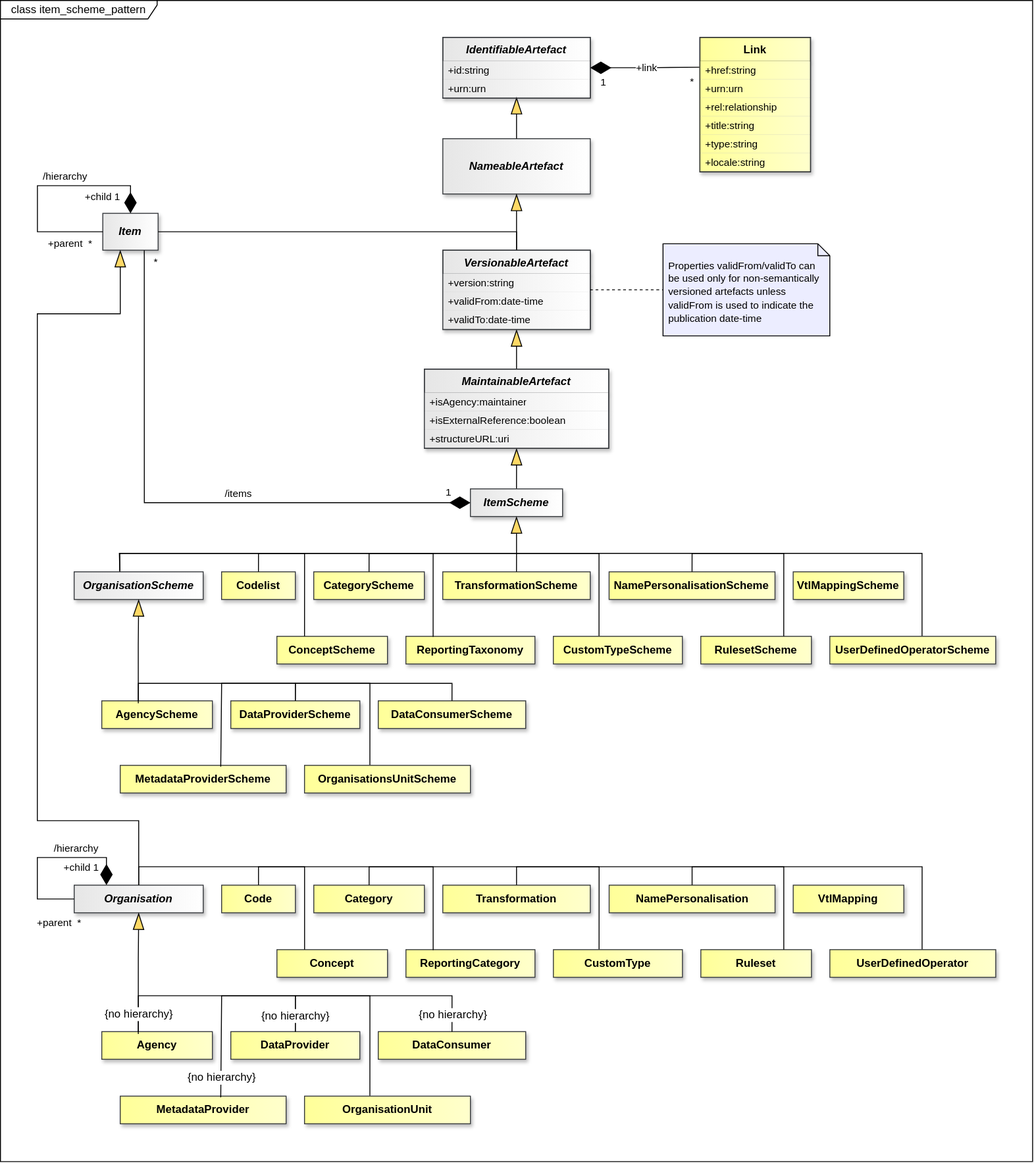
This is docs/information_model/media/sdmx_base-item_scheme_pattern.svg from sdmx-twg/sdmx-im, a draw.io export, as it was before one commit. Source tidied: cells renumbered, new cells last; positions are measured from the earlier drawing's top-left corner, leaving out a move shared by most shapes.
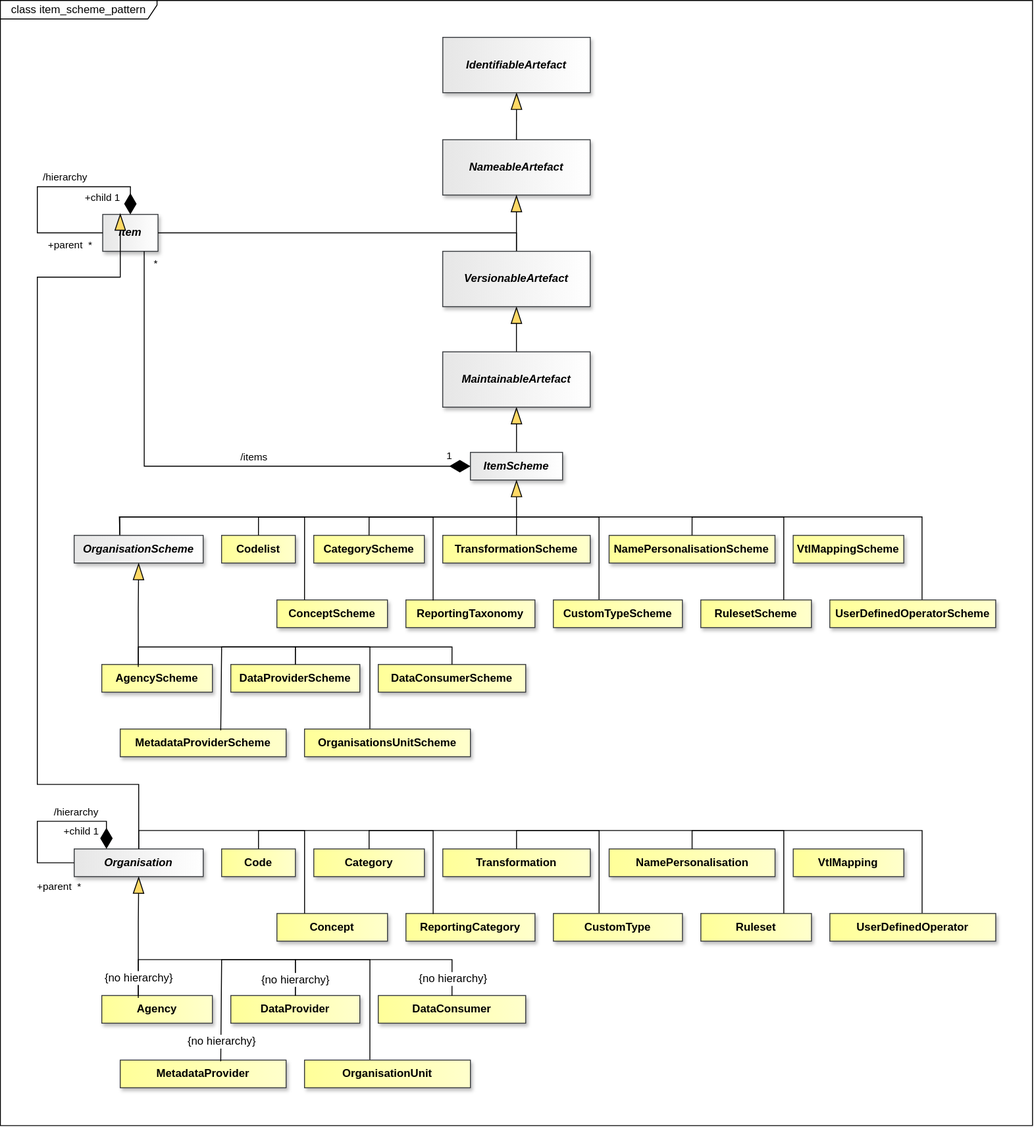
After the commit.

Commit message:
https://github.com/sdmx-twg/sdmx-im/issues/41

What changed in the source:
```diff
@@ -3,7 +3,7 @@
     <mxCell id="0" />
     <mxCell id="1" parent="0" />
     <mxCell id="2" value="class item_scheme_pattern" style="shape=umlFrame;whiteSpace=wrap;html=1;fillColor=light-dark(#FFFFFF,#121212);swimlaneFillColor=light-dark(#FFFFFF,#121212);width=170;height=20;" parent="1" vertex="1">
-      <mxGeometry width="1120" height="1260" as="geometry" />
+      <mxGeometry x="-0.1" y="40" width="1120" height="1220" as="geometry" />
     </mxCell>
     <mxCell id="3" style="endArrow=none;" parent="1" edge="1">
       <mxGeometry relative="1" as="geometry" />
@@ -62,74 +62,43 @@
     <mxCell id="21" style="endArrow=none;" parent="1" edge="1">
       <mxGeometry relative="1" as="geometry" />
     </mxCell>
-    <mxCell id="22" value="IdentifiableArtefact" style="swimlane;fontStyle=3;align=center;verticalAlign=top;horizontal=1;startSize=26;whiteSpace=wrap;html=1;strokeColor=#36393d;fontFamily=Helvetica;fontSize=12;fillColor=light-dark(#E6E6E6,#E6E6E6);gradientDirection=east;gradientColor=light-dark(#FFFFFF,#FFFFFF);fontColor=light-dark(#000000,#000000);shadow=1;" parent="1" vertex="1">
-      <mxGeometry x="480" y="40" width="160" height="66" as="geometry" />
-    </mxCell>
-    <mxCell id="23" value="+id:string" style="text;strokeColor=none;fillColor=light-dark(#E6E6E6,#E6E6E6);align=left;verticalAlign=middle;spacingLeft=4;spacingRight=4;overflow=hidden;whiteSpace=wrap;html=1;fontFamily=Helvetica;fontSize=11;fontColor=light-dark(#000000,#000000);fontStyle=0;gradientColor=light-dark(#FFFFFF,#FFFFFF);gradientDirection=east;shadow=1;" parent="22" vertex="1">
-      <mxGeometry y="26" width="160" height="20" as="geometry" />
-    </mxCell>
-    <mxCell id="24" value="+urn:urn" style="text;strokeColor=none;fillColor=light-dark(#E6E6E6,#E6E6E6);align=left;verticalAlign=middle;spacingLeft=4;spacingRight=4;overflow=hidden;points=[[0,0.5],[1,0.5]];portConstraint=eastwest;whiteSpace=wrap;html=1;fontFamily=Helvetica;fontSize=11;fontColor=light-dark(#000000,#000000);fontStyle=0;gradientColor=light-dark(#FFFFFF,#FFFFFF);gradientDirection=east;shadow=1;" parent="22" vertex="1">
-      <mxGeometry y="46" width="160" height="20" as="geometry" />
-    </mxCell>
     <mxCell id="25" value="NameableArtefact" style="whiteSpace=wrap;html=1;verticalAlign=middle;gradientDirection=east;imageVerticalAlign=top;fontStyle=3;fillColor=light-dark(#E6E6E6,#E6E6E6);strokeColor=#36393d;fontColor=light-dark(#000000,#000000);gradientColor=light-dark(#FFFFFF,#FFFFFF);shadow=1;" parent="1" vertex="1">
-      <mxGeometry x="480" y="150" width="160" height="60" as="geometry" />
+      <mxGeometry x="479.9" y="191" width="160" height="60" as="geometry" />
     </mxCell>
-    <mxCell id="26" style="endArrow=blockThin;endSize=16;endFill=1;html=1;rounded=0;entryX=0.5;entryY=0.95;entryDx=0;entryDy=0;exitX=0.5;exitY=0;exitDx=0;exitDy=0;startFill=0;endFillColor=light-dark(#FFD966,#FFD966);strokeColor=light-dark(#000000,#FFFFFF);startFillColor=light-dark(#000000,#FFFFFF);labelBackgroundColor=none;labelBorderColor=light-dark(#000000,#FFFFFF);entryPerimeter=0;" parent="1" edge="1" source="25" target="24">
+    <mxCell id="26" style="endArrow=blockThin;endSize=16;endFill=1;html=1;rounded=0;entryX=0.5;entryY=1;entryDx=0;entryDy=0;exitX=0.5;exitY=0;exitDx=0;exitDy=0;startFill=0;endFillColor=light-dark(#FFD966,#FFD966);strokeColor=light-dark(#000000,#FFFFFF);startFillColor=light-dark(#000000,#FFFFFF);labelBackgroundColor=none;labelBorderColor=light-dark(#000000,#FFFFFF);" parent="1" edge="1" source="25" target="22">
       <mxGeometry relative="1" as="geometry" />
     </mxCell>
-    <mxCell id="27" value="VersionableArtefact" style="swimlane;fontStyle=3;align=center;verticalAlign=top;horizontal=1;startSize=26;whiteSpace=wrap;html=1;strokeColor=#36393d;fontFamily=Helvetica;fontSize=12;fillColor=light-dark(#E6E6E6,#E6E6E6);gradientDirection=east;gradientColor=light-dark(#FFFFFF,#FFFFFF);fontColor=light-dark(#000000,#000000);shadow=1;" parent="1" vertex="1">
-      <mxGeometry x="480" y="271" width="160" height="86" as="geometry" />
-    </mxCell>
-    <mxCell id="28" value="+version:string" style="text;strokeColor=none;fillColor=light-dark(#E6E6E6,#E6E6E6);align=left;verticalAlign=middle;spacingLeft=4;spacingRight=4;overflow=hidden;whiteSpace=wrap;html=1;fontFamily=Helvetica;fontSize=11;fontColor=light-dark(#000000,#000000);fontStyle=0;gradientColor=light-dark(#FFFFFF,#FFFFFF);gradientDirection=east;shadow=1;" parent="27" vertex="1">
-      <mxGeometry y="26" width="160" height="20" as="geometry" />
-    </mxCell>
-    <mxCell id="29" value="+validFrom:date-time" style="text;strokeColor=none;fillColor=light-dark(#E6E6E6,#E6E6E6);align=left;verticalAlign=middle;spacingLeft=4;spacingRight=4;overflow=hidden;whiteSpace=wrap;html=1;fontFamily=Helvetica;fontSize=11;fontColor=light-dark(#000000,#000000);fontStyle=0;gradientColor=light-dark(#FFFFFF,#FFFFFF);gradientDirection=east;shadow=1;" parent="27" vertex="1">
-      <mxGeometry y="46" width="160" height="20" as="geometry" />
-    </mxCell>
-    <mxCell id="30" value="+validTo:date-time" style="text;strokeColor=none;fillColor=light-dark(#E6E6E6,#E6E6E6);align=left;verticalAlign=middle;spacingLeft=4;spacingRight=4;overflow=hidden;whiteSpace=wrap;html=1;fontFamily=Helvetica;fontSize=11;fontColor=light-dark(#000000,#000000);fontStyle=0;gradientColor=light-dark(#FFFFFF,#FFFFFF);gradientDirection=east;shadow=1;" parent="27" vertex="1">
-      <mxGeometry y="66" width="160" height="20" as="geometry" />
-    </mxCell>
-    <mxCell id="31" style="endArrow=blockThin;endSize=16;endFill=1;html=1;rounded=0;entryX=0.5;entryY=1;entryDx=0;entryDy=0;exitX=0.5;exitY=0;exitDx=0;exitDy=0;startFill=0;endFillColor=light-dark(#FFD966,#FFD966);strokeColor=light-dark(#000000,#FFFFFF);startFillColor=light-dark(#000000,#FFFFFF);labelBackgroundColor=none;labelBorderColor=light-dark(#000000,#FFFFFF);" parent="1" edge="1" source="27" target="25">
-      <mxGeometry relative="1" as="geometry" />
+    <mxCell id="31" style="endArrow=blockThin;endSize=16;endFill=1;html=1;rounded=0;entryX=0.5;entryY=1;entryDx=0;entryDy=0;exitX=0.5;exitY=0;exitDx=0;exitDy=0;startFill=0;endFillColor=light-dark(#FFD966,#FFD966);strokeColor=light-dark(#000000,#FFFFFF);startFillColor=light-dark(#000000,#FFFFFF);labelBackgroundColor=none;labelBorderColor=light-dark(#000000,#FFFFFF);" parent="1" edge="1" target="25">
+      <mxGeometry relative="1" as="geometry">
+        <mxPoint x="559.9" y="312" as="sourcePoint" />
+      </mxGeometry>
     </mxCell>
-    <mxCell id="32" value="MaintainableArtefact" style="swimlane;fontStyle=3;align=center;verticalAlign=top;horizontal=1;startSize=26;whiteSpace=wrap;html=1;strokeColor=#36393d;fontFamily=Helvetica;fontSize=12;fillColor=light-dark(#E6E6E6,#E6E6E6);gradientDirection=east;gradientColor=light-dark(#FFFFFF,#FFFFFF);fontColor=light-dark(#000000,#000000);shadow=1;" parent="1" vertex="1">
-      <mxGeometry x="460" y="400" width="200" height="86" as="geometry" />
-    </mxCell>
-    <mxCell id="33" value="+isAgency:maintainer" style="text;strokeColor=none;fillColor=light-dark(#E6E6E6,#E6E6E6);align=left;verticalAlign=middle;spacingLeft=4;spacingRight=4;overflow=hidden;whiteSpace=wrap;html=1;fontFamily=Helvetica;fontSize=11;fontColor=light-dark(#000000,#000000);fontStyle=0;gradientColor=light-dark(#FFFFFF,#FFFFFF);gradientDirection=east;shadow=1;" parent="32" vertex="1">
-      <mxGeometry y="26" width="200" height="20" as="geometry" />
-    </mxCell>
-    <mxCell id="34" value="+isExternalReference:boolean" style="text;strokeColor=none;fillColor=light-dark(#E6E6E6,#E6E6E6);align=left;verticalAlign=middle;spacingLeft=4;spacingRight=4;overflow=hidden;whiteSpace=wrap;html=1;fontFamily=Helvetica;fontSize=11;fontColor=light-dark(#000000,#000000);fontStyle=0;gradientColor=light-dark(#FFFFFF,#FFFFFF);gradientDirection=east;shadow=1;" parent="32" vertex="1">
-      <mxGeometry y="46" width="200" height="20" as="geometry" />
-    </mxCell>
-    <mxCell id="35" value="+structureURL:uri" style="text;strokeColor=none;fillColor=light-dark(#E6E6E6,#E6E6E6);align=left;verticalAlign=middle;spacingLeft=4;spacingRight=4;overflow=hidden;whiteSpace=wrap;html=1;fontFamily=Helvetica;fontSize=11;fontColor=light-dark(#000000,#000000);fontStyle=0;gradientColor=light-dark(#FFFFFF,#FFFFFF);gradientDirection=east;shadow=1;" parent="32" vertex="1">
-      <mxGeometry y="66" width="200" height="20" as="geometry" />
-    </mxCell>
     <mxCell id="36" style="endArrow=blockThin;endSize=16;endFill=1;html=1;rounded=0;entryX=0.5;entryY=1;entryDx=0;entryDy=0;exitX=0.5;exitY=0;exitDx=0;exitDy=0;startFill=0;endFillColor=light-dark(#FFD966,#FFD966);strokeColor=light-dark(#000000,#FFFFFF);startFillColor=light-dark(#000000,#FFFFFF);labelBackgroundColor=none;labelBorderColor=light-dark(#000000,#FFFFFF);" parent="1" edge="1" source="32" target="27">
       <mxGeometry relative="1" as="geometry" />
     </mxCell>
     <mxCell id="37" style="endArrow=blockThin;endSize=16;endFill=1;html=1;rounded=0;exitX=0.5;exitY=0;exitDx=0;exitDy=0;startFill=0;endFillColor=light-dark(#FFD966,#FFD966);strokeColor=light-dark(#000000,#FFFFFF);startFillColor=light-dark(#000000,#FFFFFF);labelBackgroundColor=none;labelBorderColor=light-dark(#000000,#FFFFFF);entryX=0.5;entryY=1;entryDx=0;entryDy=0;" parent="1" edge="1" source="43" target="32">
-      <mxGeometry relative="1" as="geometry">
+      <mxGeometry x="-0.36" relative="1" as="geometry">
         <Array as="points">
           <mxPoint x="560" y="510" />
         </Array>
       </mxGeometry>
     </mxCell>
     <mxCell id="38" value="Item" style="whiteSpace=wrap;html=1;verticalAlign=middle;gradientDirection=east;imageVerticalAlign=top;fontStyle=3;fillColor=light-dark(#E6E6E6,#E6E6E6);strokeColor=#36393d;fontColor=light-dark(#000000,#000000);gradientColor=light-dark(#FFFFFF,#FFFFFF);shadow=1;" parent="1" vertex="1">
-      <mxGeometry x="111.1" y="231" width="60" height="40" as="geometry" />
+      <mxGeometry x="110.9" y="272" width="60" height="40" as="geometry" />
     </mxCell>
     <mxCell id="39" style="endArrow=none;html=1;endSize=12;startArrow=none;startSize=20;startFill=0;edgeStyle=orthogonalEdgeStyle;rounded=0;exitX=1;exitY=0.5;exitDx=0;exitDy=0;endFill=0;strokeColor=light-dark(#000000,#FFFFFF);fontColor=light-dark(#000000,#FFFFFF);labelBackgroundColor=none;entryX=0.5;entryY=0;entryDx=0;entryDy=0;" parent="1" edge="1" source="38" target="27">
       <mxGeometry relative="1" as="geometry">
         <Array as="points">
-          <mxPoint x="560" y="251" />
+          <mxPoint x="559.9" y="292" />
         </Array>
       </mxGeometry>
     </mxCell>
     <mxCell id="40" value="&lt;font style=&quot;color: light-dark(rgb(0, 0, 0), rgb(255, 255, 255)); background-color: light-dark(rgb(255, 255, 255), rgb(0, 0, 0));&quot;&gt;/hierarchy&lt;/font&gt;" style="endArrow=none;html=1;endSize=12;startArrow=diamondThin;startSize=20;startFill=1;edgeStyle=orthogonalEdgeStyle;rounded=0;endFill=0;strokeColor=light-dark(#000000,#FFFFFF);fontColor=light-dark(#000000,#FFFFFF);labelBackgroundColor=none;exitX=0.5;exitY=0;exitDx=0;exitDy=0;entryX=0;entryY=0.5;entryDx=0;entryDy=0;" parent="1" edge="1" source="38" target="38">
       <mxGeometry x="-0.2" y="-10" relative="1" as="geometry">
         <Array as="points">
-          <mxPoint x="141.1" y="201" />
-          <mxPoint x="40.1" y="201" />
-          <mxPoint x="40.1" y="251" />
+          <mxPoint x="141" y="242" />
+          <mxPoint x="39.9" y="242" />
+          <mxPoint x="39.9" y="292" />
         </Array>
       </mxGeometry>
     </mxCell>
@@ -459,63 +428,14 @@
         <mxPoint x="-8" y="-12" as="offset" />
       </mxGeometry>
     </mxCell>
-    <mxCell id="106" style="endArrow=none;html=1;endSize=12;startArrow=diamondThin;startSize=20;startFill=1;edgeStyle=orthogonalEdgeStyle;rounded=0;exitX=1;exitY=0.5;exitDx=0;exitDy=0;endFill=0;strokeColor=light-dark(#000000,#FFFFFF);fontColor=light-dark(#000000,#FFFFFF);labelBackgroundColor=none;entryX=0.017;entryY=0.321;entryDx=0;entryDy=0;entryPerimeter=0;" parent="1" edge="1" source="22" target="111">
-      <mxGeometry relative="1" as="geometry" />
-    </mxCell>
-    <mxCell id="107" value="*" style="edgeLabel;html=1;align=right;verticalAlign=top;labelBackgroundColor=none;fontColor=light-dark(#000000,#FFFFFF);" parent="106" vertex="1">
-      <mxGeometry x="1" relative="1" as="geometry">
-        <mxPoint x="-8" y="3" as="offset" />
-      </mxGeometry>
-    </mxCell>
-    <mxCell id="108" value="&lt;font style=&quot;font-size: 11px;&quot;&gt;+link&lt;/font&gt;" style="edgeLabel;html=1;align=center;verticalAlign=middle;fontSize=12;" parent="106" vertex="1">
-      <mxGeometry relative="1" as="geometry" />
-    </mxCell>
-    <mxCell id="109" value="1" style="edgeLabel;html=1;align=center;verticalAlign=middle;fontSize=11;" parent="106" vertex="1">
-      <mxGeometry x="-0.8" y="-1" relative="1" as="geometry">
-        <mxPoint x="2" y="15" as="offset" />
-      </mxGeometry>
-    </mxCell>
-    <mxCell id="110" value="Link" style="swimlane;fontStyle=1;align=center;verticalAlign=top;horizontal=1;startSize=26;whiteSpace=wrap;html=1;fillColor=light-dark(#FFFF99,#FFFF99);strokeColor=light-dark(#000000,#000000);gradientDirection=east;swimlaneLine=1;fontColor=light-dark(#000000,#000000);labelBackgroundColor=none;textShadow=0;gradientColor=light-dark(#FFFFCC,#FFFFCC);shadow=1;" parent="1" vertex="1">
-      <mxGeometry x="759" y="40" width="120" height="146" as="geometry" />
-    </mxCell>
-    <mxCell id="111" value="+href:string" style="text;strokeColor=none;fillColor=light-dark(#FFFF99,#FFFF99);align=left;verticalAlign=middle;spacingLeft=4;spacingRight=4;overflow=hidden;points=[[0,0.5],[1,0.5]];portConstraint=eastwest;whiteSpace=wrap;html=1;fontSize=11;gradientColor=light-dark(#FFFFCC,#FFFFCC);gradientDirection=east;fontColor=light-dark(#000000,#000000);strokeWidth=0;shadow=1;" parent="110" vertex="1">
-      <mxGeometry y="26" width="120" height="20" as="geometry" />
-    </mxCell>
-    <mxCell id="112" value="+urn:urn" style="text;strokeColor=none;fillColor=light-dark(#FFFF99,#FFFF99);align=left;verticalAlign=middle;spacingLeft=4;spacingRight=4;overflow=hidden;whiteSpace=wrap;html=1;fontSize=11;gradientColor=light-dark(#FFFFCC,#FFFFCC);gradientDirection=east;fontColor=light-dark(#000000,#000000);strokeWidth=0;shadow=1;" parent="110" vertex="1">
-      <mxGeometry y="46" width="120" height="20" as="geometry" />
-    </mxCell>
-    <mxCell id="113" value="+rel:relationship" style="text;strokeColor=none;fillColor=light-dark(#FFFF99,#FFFF99);align=left;verticalAlign=middle;spacingLeft=4;spacingRight=4;overflow=hidden;whiteSpace=wrap;html=1;fontSize=11;gradientColor=light-dark(#FFFFCC,#FFFFCC);gradientDirection=east;fontColor=light-dark(#000000,#000000);strokeWidth=0;shadow=1;" parent="110" vertex="1">
-      <mxGeometry y="66" width="120" height="20" as="geometry" />
-    </mxCell>
-    <mxCell id="114" value="+title:string" style="text;strokeColor=none;fillColor=light-dark(#FFFF99,#FFFF99);align=left;verticalAlign=middle;spacingLeft=4;spacingRight=4;overflow=hidden;whiteSpace=wrap;html=1;fontSize=11;gradientColor=light-dark(#FFFFCC,#FFFFCC);gradientDirection=east;fontColor=light-dark(#000000,#000000);strokeWidth=0;shadow=1;" parent="110" vertex="1">
-      <mxGeometry y="86" width="120" height="20" as="geometry" />
-    </mxCell>
-    <mxCell id="115" value="+type:string" style="text;strokeColor=none;fillColor=light-dark(#FFFF99,#FFFF99);align=left;verticalAlign=middle;spacingLeft=4;spacingRight=4;overflow=hidden;whiteSpace=wrap;html=1;fontSize=11;gradientColor=light-dark(#FFFFCC,#FFFFCC);gradientDirection=east;fontColor=light-dark(#000000,#000000);strokeWidth=0;shadow=1;" parent="110" vertex="1">
-      <mxGeometry y="106" width="120" height="20" as="geometry" />
-    </mxCell>
-    <mxCell id="116" value="+locale:string" style="text;strokeColor=none;fillColor=light-dark(#FFFF99,#FFFF99);align=left;verticalAlign=middle;spacingLeft=4;spacingRight=4;overflow=hidden;whiteSpace=wrap;html=1;fontSize=11;gradientColor=light-dark(#FFFFCC,#FFFFCC);gradientDirection=east;fontColor=light-dark(#000000,#000000);strokeWidth=0;shadow=1;" parent="110" vertex="1">
-      <mxGeometry y="126" width="120" height="20" as="geometry" />
-    </mxCell>
-    <mxCell id="117" style="rounded=0;whiteSpace=wrap;html=1;fillColor=none;strokeColor=#36393D;" parent="1" vertex="1">
-      <mxGeometry x="480" y="40" width="160" height="66" as="geometry" />
-    </mxCell>
-    <mxCell id="118" style="rounded=0;whiteSpace=wrap;html=1;fillColor=none;strokeColor=#36393D;" parent="1" vertex="1">
-      <mxGeometry x="759" y="40" width="120" height="146" as="geometry" />
-    </mxCell>
-    <mxCell id="119" style="rounded=0;whiteSpace=wrap;html=1;fillColor=none;strokeColor=#36393D;" parent="1" vertex="1">
-      <mxGeometry x="480" y="271" width="160" height="86" as="geometry" />
-    </mxCell>
-    <mxCell id="120" style="rounded=0;whiteSpace=wrap;html=1;fillColor=none;strokeColor=#36393D;" parent="1" vertex="1">
-      <mxGeometry x="460" y="400" width="200" height="86" as="geometry" />
-    </mxCell>
-    <mxCell id="121" style="shape=note2;size=13;html=1;fillColor=light-dark(#ECEDFF,#ECEDFF);shadow=0;fontColor=light-dark(#000000,#000000);strokeColor=light-dark(#000000,#000000);verticalAlign=top;" parent="1" vertex="1">
-      <mxGeometry x="719" y="264" width="181" height="100" as="geometry" />
-    </mxCell>
-    <mxCell id="122" value="&lt;div&gt;&lt;font&gt;&lt;span style=&quot;font-size: 11px;&quot;&gt;Properties&amp;nbsp;&lt;/span&gt;&lt;/font&gt;&lt;span style=&quot;background-color: transparent; font-size: 11px;&quot;&gt;validFrom/validTo can be used only for non-semantically versioned artefacts&lt;/span&gt;&lt;span style=&quot;background-color: transparent; font-size: 11px;&quot;&gt; unless validFrom is used to indicate the publication date-time&lt;/span&gt;&lt;/div&gt;" style="text;html=1;strokeColor=none;fillColor=none;align=left;verticalAlign=middle;spacingLeft=4;spacingRight=4;overflow=hidden;points=[[0,0.5],[1,0.5]];portConstraint=eastwest;whiteSpace=wrap;labelBorderColor=none;spacingTop=8;fontColor=light-dark(#000000,#000000);spacingBottom=4;" parent="121" vertex="1">
-      <mxGeometry width="181" height="100" as="geometry" />
-    </mxCell>
-    <mxCell id="123" style="edgeStyle=none;curved=1;rounded=0;jettySize=auto;html=1;fontSize=12;startSize=8;endSize=8;entryX=0;entryY=0.5;entryDx=0;entryDy=0;endArrow=none;endFill=0;dashed=1;exitX=1;exitY=0.5;exitDx=0;exitDy=0;" parent="1" edge="1" source="119" target="122">
-      <mxGeometry x="0.52" y="6.67" relative="1" as="geometry" />
-    </mxCell>
+    <mxCell id="22" value="IdentifiableArtefact" style="whiteSpace=wrap;html=1;verticalAlign=middle;gradientDirection=east;imageVerticalAlign=top;fontStyle=3;fillColor=light-dark(#E6E6E6,#E6E6E6);strokeColor=#36393d;fontColor=light-dark(#000000,#000000);gradientColor=light-dark(#FFFFFF,#FFFFFF);shadow=1;" parent="1" vertex="1">
+      <mxGeometry x="480" y="80" width="160" height="60" as="geometry" />
+    </mxCell>
+    <mxCell id="27" value="VersionableArtefact" style="whiteSpace=wrap;html=1;verticalAlign=middle;gradientDirection=east;imageVerticalAlign=top;fontStyle=3;fillColor=light-dark(#E6E6E6,#E6E6E6);strokeColor=#36393d;fontColor=light-dark(#000000,#000000);gradientColor=light-dark(#FFFFFF,#FFFFFF);shadow=1;" parent="1" vertex="1">
+      <mxGeometry x="479.9" y="312" width="160" height="60" as="geometry" />
+    </mxCell>
+    <mxCell id="32" value="MaintainableArtefact" style="whiteSpace=wrap;html=1;verticalAlign=middle;gradientDirection=east;imageVerticalAlign=top;fontStyle=3;fillColor=light-dark(#E6E6E6,#E6E6E6);strokeColor=#36393d;fontColor=light-dark(#000000,#000000);gradientColor=light-dark(#FFFFFF,#FFFFFF);shadow=1;" parent="1" vertex="1">
+      <mxGeometry x="479.9" y="421" width="160" height="60" as="geometry" />
+    </mxCell>
   </root>
 </mxGraphModel>
```
